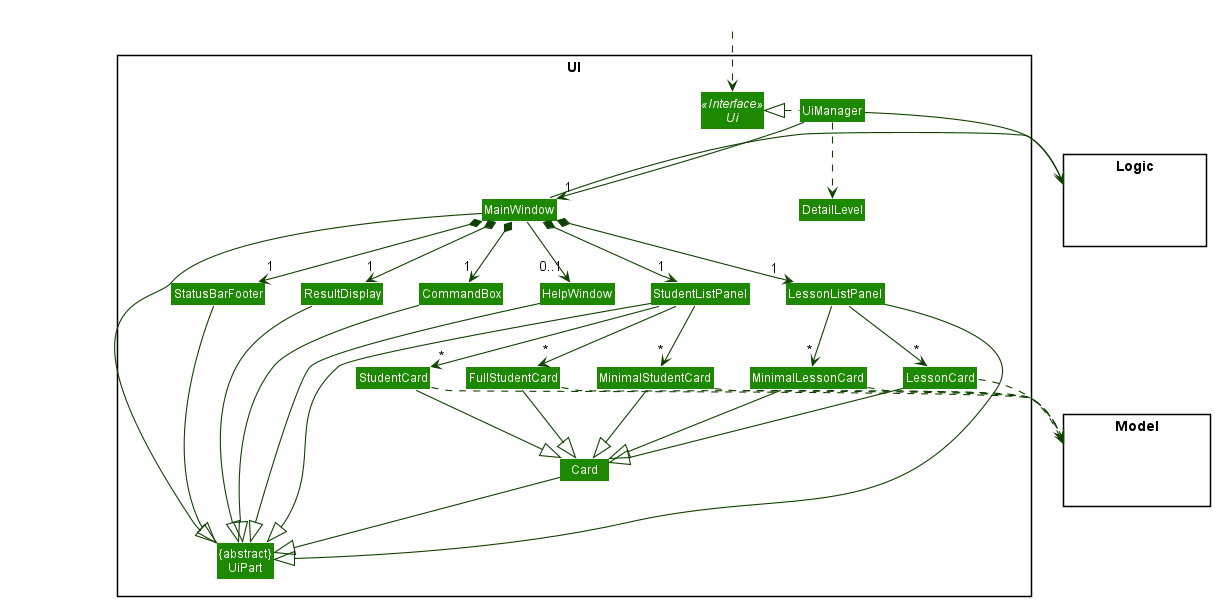
The PlantUML diagram docs/images/UiClassDiagram.png in nus-cs2103-AY2122S1/tp, before a commit.
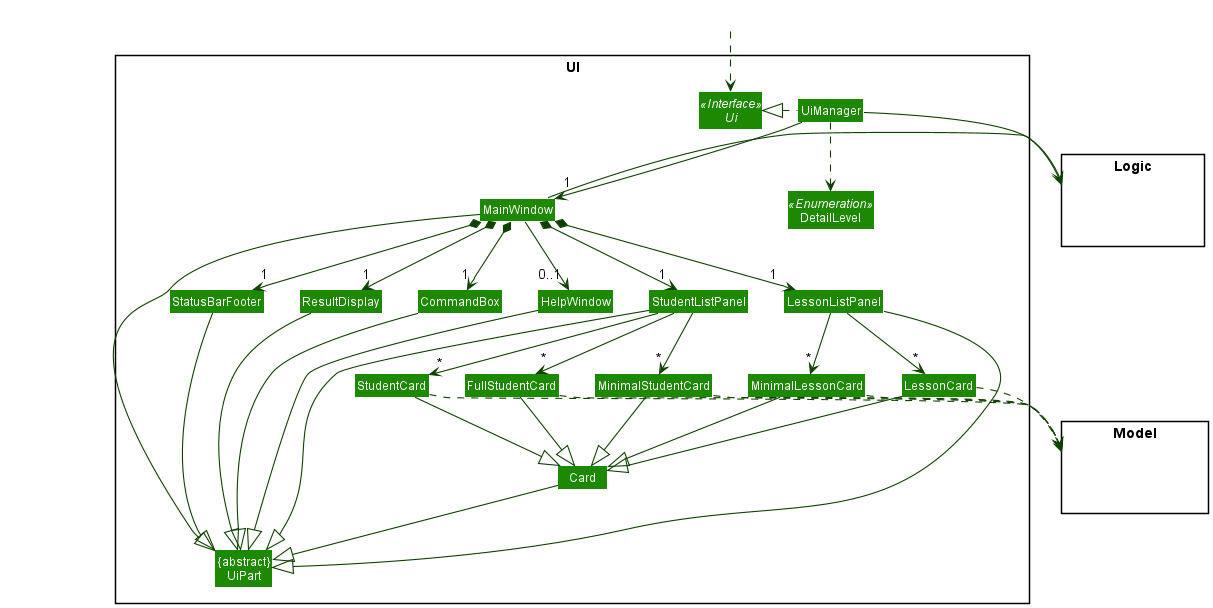
Above is the later version.

Commit message:
Corrected UI class diagram changes

The edit, as a diff of the source:
```diff
@@ -21,7 +21,7 @@
 Class FullStudentCard
 Class MinimalLessonCard
 Class LessonCard
-Class DetailLevel
+Enum DetailLevel <<Enumeration>>
 }
 
 package Model <<Rectangle>> {
```
